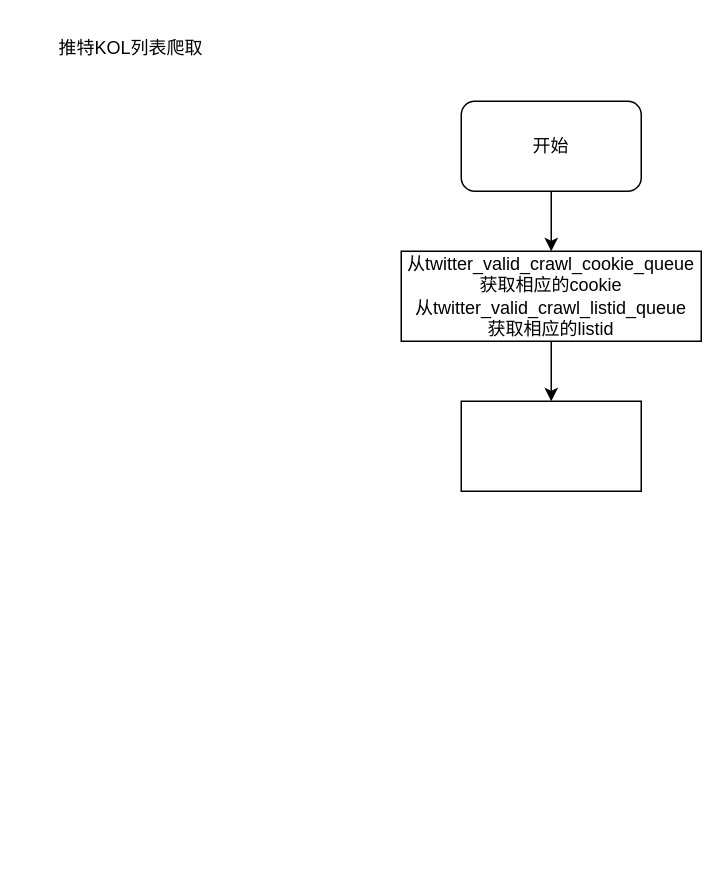
The draw.io diagram DEME2.drawio in zhangguo2002/project_diagram, before the edit. Source tidied: cells renumbered, new cells numbered last; positions are measured from the earlier drawing's top-left corner, leaving out a move shared by most shapes. Both pictures are drawn from the tidied source at 150%, with x=0, y=0 at pixel (26, 26).
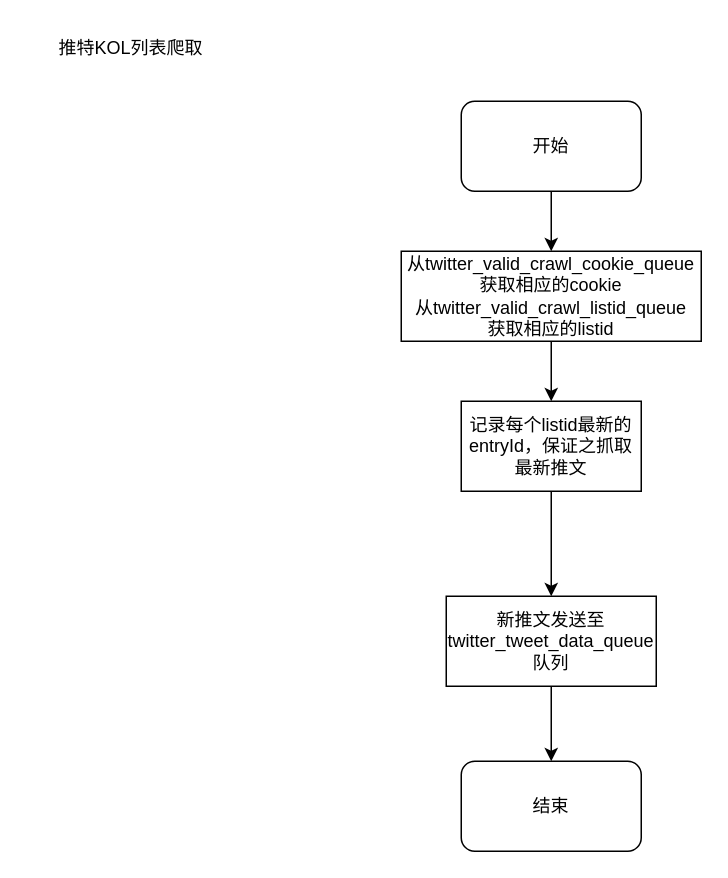
The same diagram, later.

The edit, as a diff of the source:
```diff
@@
 <mxGraphModel>
   <root>
     <mxCell id="0" />
     <mxCell id="1" parent="0" />
     <mxCell id="2" style="edgeStyle=orthogonalEdgeStyle;rounded=0;jettySize=auto;html=1;" parent="1" edge="1" source="3">
       <mxGeometry relative="1" as="geometry">
         <mxPoint x="350" y="150" as="targetPoint" />
       </mxGeometry>
     </mxCell>
     <mxCell id="3" value="开始" style="rounded=1;whiteSpace=wrap;html=1;" parent="1" vertex="1">
       <mxGeometry x="290" y="50" width="120" height="60" as="geometry" />
     </mxCell>
     <mxCell id="4" value="推特KOL列表爬取" style="text;html=1;align=center;verticalAlign=middle;whiteSpace=wrap;rounded=0;" parent="1" vertex="1">
       <mxGeometry width="140" height="30" as="geometry" />
     </mxCell>
     <mxCell id="5" style="edgeStyle=orthogonalEdgeStyle;rounded=0;jettySize=auto;html=1;" parent="1" edge="1" source="6">
       <mxGeometry relative="1" as="geometry">
         <mxPoint x="350" y="250" as="targetPoint" />
       </mxGeometry>
     </mxCell>
     <mxCell id="6" value="从twitter_valid_crawl_cookie_queue获取相应的cookie&lt;br&gt;从twitter_valid_crawl_listid_queue&lt;div&gt;获取相应的listid&lt;/div&gt;" style="rounded=0;whiteSpace=wrap;html=1;" parent="1" vertex="1">
       <mxGeometry x="250" y="150" width="200" height="60" as="geometry" />
     </mxCell>
+    <mxCell id="8" style="edgeStyle=orthogonalEdgeStyle;rounded=0;jettySize=auto;html=1;" parent="1" edge="1" source="7">
+      <mxGeometry relative="1" as="geometry">
+        <mxPoint x="350" y="380" as="targetPoint" />
+      </mxGeometry>
+    </mxCell>
-    <mxCell id="7" style="rounded=0;whiteSpace=wrap;html=1;" parent="1" vertex="1">
+    <mxCell id="7" value="记录每个listid最新的entryId，保证之抓取最新推文" style="rounded=0;whiteSpace=wrap;html=1;" parent="1" vertex="1">
       <mxGeometry x="290" y="250" width="120" height="60" as="geometry" />
     </mxCell>
+    <mxCell id="9" style="edgeStyle=orthogonalEdgeStyle;rounded=0;jettySize=auto;html=1;" parent="1" edge="1" source="10">
+      <mxGeometry relative="1" as="geometry">
+        <mxPoint x="350" y="490" as="targetPoint" />
+      </mxGeometry>
+    </mxCell>
+    <mxCell id="10" value="新推文发送至twitter_tweet_data_queue&lt;br&gt;队列" style="rounded=0;whiteSpace=wrap;html=1;" parent="1" vertex="1">
+      <mxGeometry x="280" y="380" width="140" height="60" as="geometry" />
+    </mxCell>
+    <mxCell id="11" value="结束" style="rounded=1;whiteSpace=wrap;html=1;" parent="1" vertex="1">
+      <mxGeometry x="290" y="490" width="120" height="60" as="geometry" />
+    </mxCell>
   </root>
 </mxGraphModel>
```
